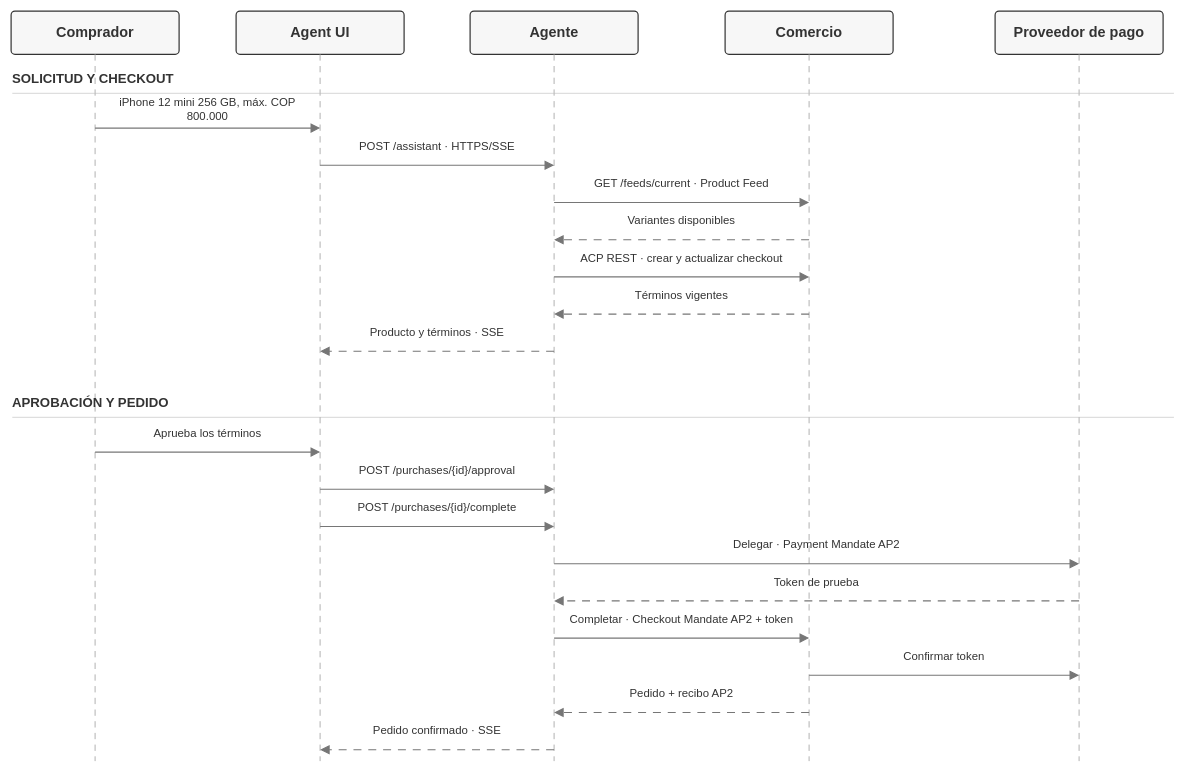
Tesis-Agentes-Comerciales/tesis-commerce-agent keeps this draw.io diagram as docs/diagrams/purchase-sequence-compact.drawio. Above is the earlier version. Source tidied: cells renumbered, new cells numbered last; positions are measured from the earlier drawing's top-left corner, leaving out a move shared by most shapes. Both pictures are drawn from the tidied source at 60%, with x=0, y=0 at pixel (11, 11).
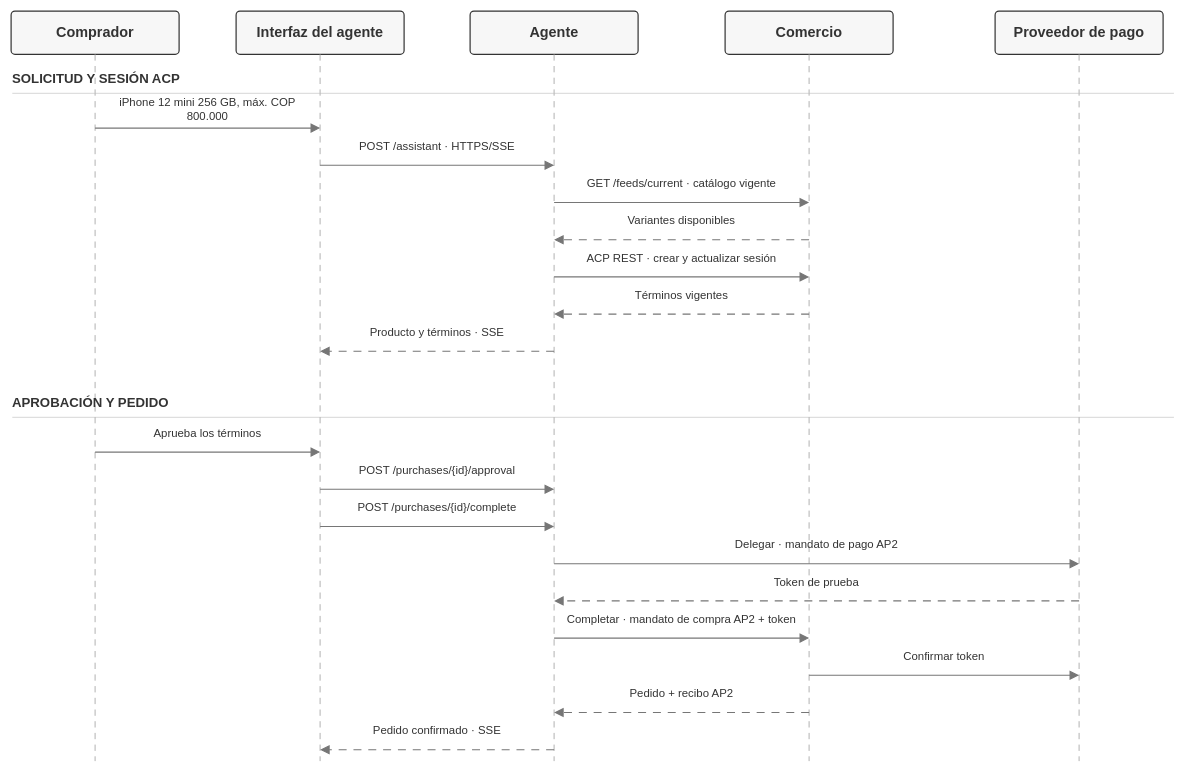
Above is the later version.

Diff of the diagram source:
```diff
@@
-    <mxCell id="6" value="Agent UI" style="text;html=1;whiteSpace=wrap;fillColor=none;strokeColor=none;fontFamily=Arial;fontSize=24;fontStyle=1;fontColor=#333333;align=center;verticalAlign=middle;spacing=0;" parent="1" vertex="1">
+    <mxCell id="6" value="Interfaz del agente" style="text;html=1;whiteSpace=wrap;fillColor=none;strokeColor=none;fontFamily=Arial;fontSize=24;fontStyle=1;fontColor=#333333;align=center;verticalAlign=middle;spacing=0;" parent="1" vertex="1">
       <mxGeometry x="385" y="15" width="260" height="40" as="geometry" />
     </mxCell>
@@
-    <mxCell id="17" value="SOLICITUD Y CHECKOUT" style="text;html=1;whiteSpace=wrap;fillColor=none;strokeColor=none;fontFamily=Arial;fontSize=22;fontStyle=1;fontColor=#333333;align=left;verticalAlign=middle;spacing=0;" parent="1" vertex="1">
+    <mxCell id="17" value="SOLICITUD Y SESIÓN ACP" style="text;html=1;whiteSpace=wrap;fillColor=none;strokeColor=none;fontFamily=Arial;fontSize=22;fontStyle=1;fontColor=#333333;align=left;verticalAlign=middle;spacing=0;" parent="1" vertex="1">
       <mxGeometry x="2" y="95" width="570" height="38" as="geometry" />
     </mxCell>
@@
-    <mxCell id="24" value="GET /feeds/current · Product Feed" style="text;html=1;whiteSpace=wrap;fillColor=none;strokeColor=none;fontFamily=Arial;fontSize=19;fontStyle=0;fontColor=#333333;align=center;verticalAlign=middle;spacing=0;" parent="1" vertex="1">
+    <mxCell id="24" value="GET /feeds/current · catálogo vigente" style="text;html=1;whiteSpace=wrap;fillColor=none;strokeColor=none;fontFamily=Arial;fontSize=19;fontStyle=0;fontColor=#333333;align=center;verticalAlign=middle;spacing=0;" parent="1" vertex="1">
       <mxGeometry x="917" y="265" width="401" height="46" as="geometry" />
     </mxCell>
@@
-    <mxCell id="28" value="ACP REST · crear y actualizar checkout" style="text;html=1;whiteSpace=wrap;fillColor=none;strokeColor=none;fontFamily=Arial;fontSize=19;fontStyle=0;fontColor=#333333;align=center;verticalAlign=middle;spacing=0;" parent="1" vertex="1">
+    <mxCell id="28" value="ACP REST · crear y actualizar sesión" style="text;html=1;whiteSpace=wrap;fillColor=none;strokeColor=none;fontFamily=Arial;fontSize=19;fontStyle=0;fontColor=#333333;align=center;verticalAlign=middle;spacing=0;" parent="1" vertex="1">
       <mxGeometry x="917" y="389" width="401" height="46" as="geometry" />
     </mxCell>
@@
-    <mxCell id="42" value="Delegar · Payment Mandate AP2" style="text;html=1;whiteSpace=wrap;fillColor=none;strokeColor=none;fontFamily=Arial;fontSize=19;fontStyle=0;fontColor=#333333;align=center;verticalAlign=middle;spacing=0;" parent="1" vertex="1">
+    <mxCell id="42" value="Delegar · mandato de pago AP2" style="text;html=1;whiteSpace=wrap;fillColor=none;strokeColor=none;fontFamily=Arial;fontSize=19;fontStyle=0;fontColor=#333333;align=center;verticalAlign=middle;spacing=0;" parent="1" vertex="1">
       <mxGeometry x="917" y="867" width="851" height="46" as="geometry" />
     </mxCell>
@@
-    <mxCell id="46" value="Completar · Checkout Mandate AP2 + token" style="text;html=1;whiteSpace=wrap;fillColor=none;strokeColor=none;fontFamily=Arial;fontSize=19;fontStyle=0;fontColor=#333333;align=center;verticalAlign=middle;spacing=0;" parent="1" vertex="1">
+    <mxCell id="46" value="Completar · mandato de compra AP2 + token" style="text;html=1;whiteSpace=wrap;fillColor=none;strokeColor=none;fontFamily=Arial;fontSize=19;fontStyle=0;fontColor=#333333;align=center;verticalAlign=middle;spacing=0;" parent="1" vertex="1">
       <mxGeometry x="917" y="991" width="401" height="46" as="geometry" />
     </mxCell>
```
